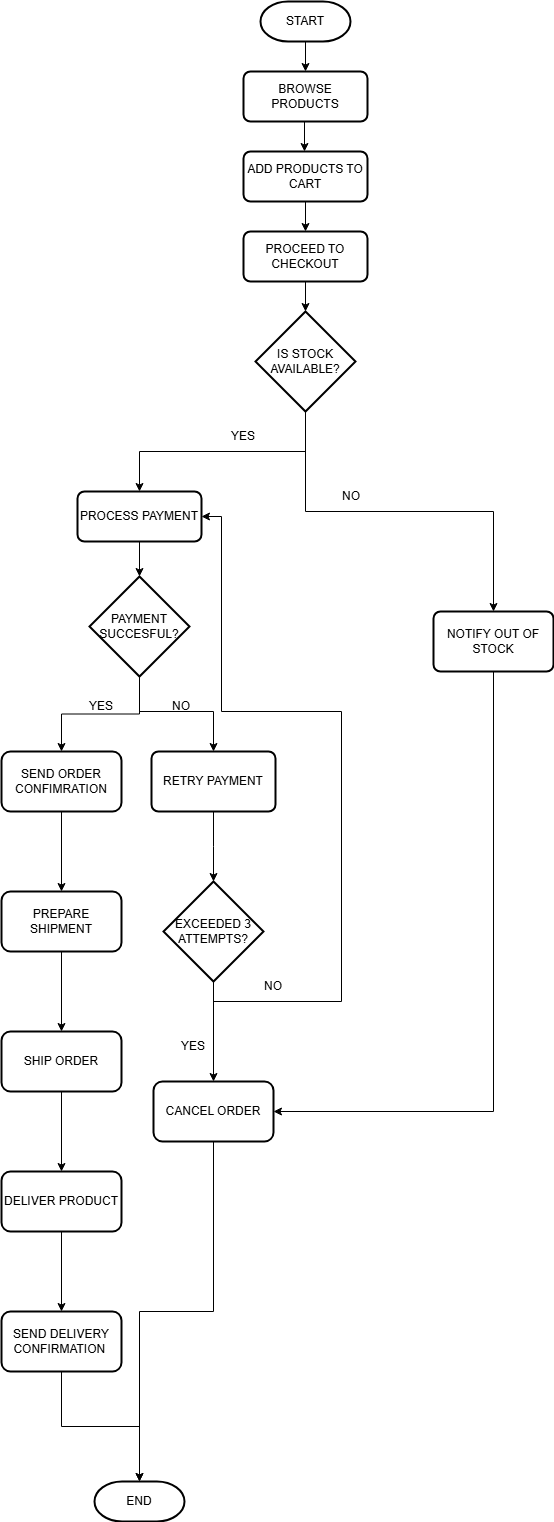
Above: Online_Order_Process_Diagram.png in andreipostolachi/Online-Order-Process (draw.io), before the change. Source tidied: cells renumbered, new cells last; positions are measured from the earlier drawing's top-left corner, leaving out a move shared by most shapes.
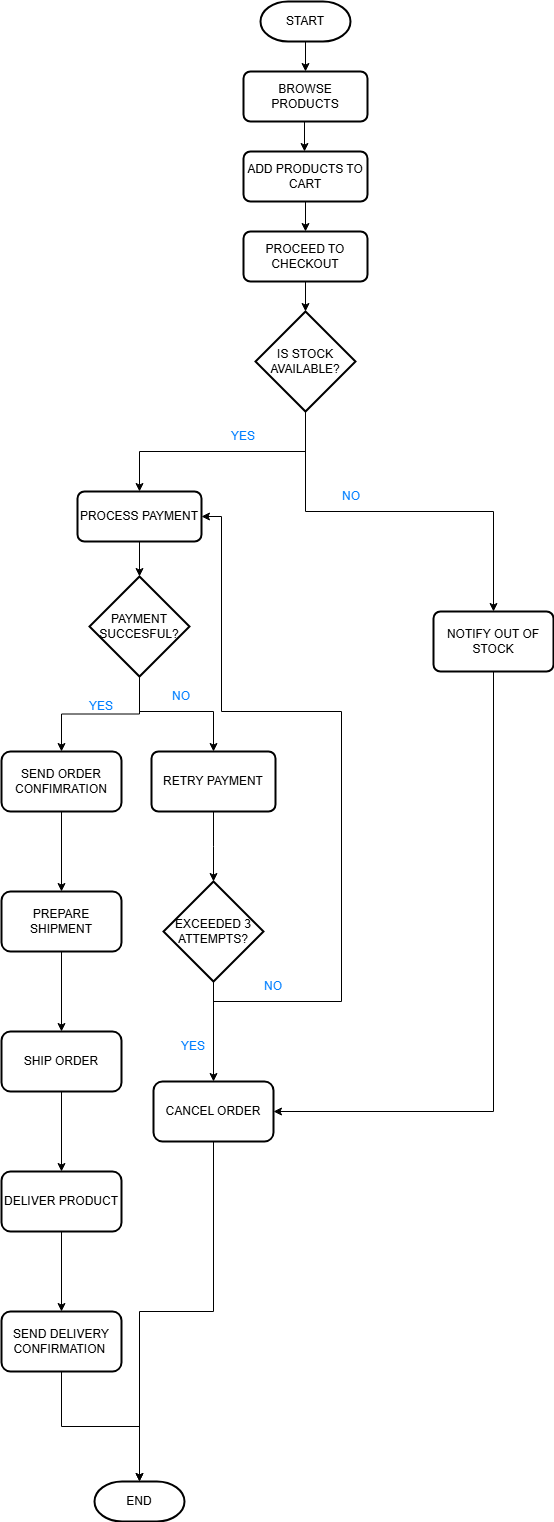
After the commit.

Diff of the diagram source:
```diff
@@ -131,22 +131,22 @@
         </Array>
       </mxGeometry>
     </mxCell>
-    <mxCell id="35" value="YES" style="text;html=1;align=center;verticalAlign=middle;whiteSpace=wrap;rounded=0;" parent="1" vertex="1">
+    <mxCell id="35" value="&lt;font style=&quot;color: rgb(0, 127, 255);&quot;&gt;YES&lt;/font&gt;" style="text;html=1;align=center;verticalAlign=middle;whiteSpace=wrap;rounded=0;" parent="1" vertex="1">
       <mxGeometry x="212" y="420" width="60" height="30" as="geometry" />
     </mxCell>
-    <mxCell id="36" value="NO" style="text;html=1;align=center;verticalAlign=middle;whiteSpace=wrap;rounded=0;" parent="1" vertex="1">
+    <mxCell id="36" value="&lt;font style=&quot;color: rgb(0, 127, 255);&quot;&gt;NO&lt;/font&gt;" style="text;html=1;align=center;verticalAlign=middle;whiteSpace=wrap;rounded=0;" parent="1" vertex="1">
       <mxGeometry x="320" y="480" width="60" height="30" as="geometry" />
     </mxCell>
-    <mxCell id="37" value="YES" style="text;html=1;align=center;verticalAlign=middle;whiteSpace=wrap;rounded=0;" parent="1" vertex="1">
+    <mxCell id="37" value="&lt;font style=&quot;color: rgb(0, 127, 255);&quot;&gt;YES&lt;/font&gt;" style="text;html=1;align=center;verticalAlign=middle;whiteSpace=wrap;rounded=0;" parent="1" vertex="1">
       <mxGeometry x="70" y="690" width="60" height="30" as="geometry" />
     </mxCell>
-    <mxCell id="38" value="NO" style="text;html=1;align=center;verticalAlign=middle;whiteSpace=wrap;rounded=0;" parent="1" vertex="1">
-      <mxGeometry x="150" y="690" width="60" height="30" as="geometry" />
+    <mxCell id="38" value="&lt;font style=&quot;color: rgb(0, 127, 255);&quot;&gt;NO&lt;/font&gt;" style="text;html=1;align=center;verticalAlign=middle;whiteSpace=wrap;rounded=0;" parent="1" vertex="1">
+      <mxGeometry x="150" y="680" width="60" height="30" as="geometry" />
     </mxCell>
-    <mxCell id="39" value="YES" style="text;html=1;align=center;verticalAlign=middle;whiteSpace=wrap;rounded=0;" parent="1" vertex="1">
+    <mxCell id="39" value="&lt;font style=&quot;color: rgb(0, 127, 255);&quot;&gt;YES&lt;/font&gt;" style="text;html=1;align=center;verticalAlign=middle;whiteSpace=wrap;rounded=0;" parent="1" vertex="1">
       <mxGeometry x="162" y="1030" width="60" height="30" as="geometry" />
     </mxCell>
-    <mxCell id="40" value="NO" style="text;html=1;align=center;verticalAlign=middle;whiteSpace=wrap;rounded=0;" parent="1" vertex="1">
+    <mxCell id="40" value="&lt;font style=&quot;color: rgb(0, 127, 255);&quot;&gt;NO&lt;/font&gt;" style="text;html=1;align=center;verticalAlign=middle;whiteSpace=wrap;rounded=0;" parent="1" vertex="1">
       <mxGeometry x="242" y="970" width="60" height="30" as="geometry" />
     </mxCell>
     <mxCell id="41" value="END" style="strokeWidth=2;html=1;shape=mxgraph.flowchart.terminator;whiteSpace=wrap;" parent="1" vertex="1">
```
